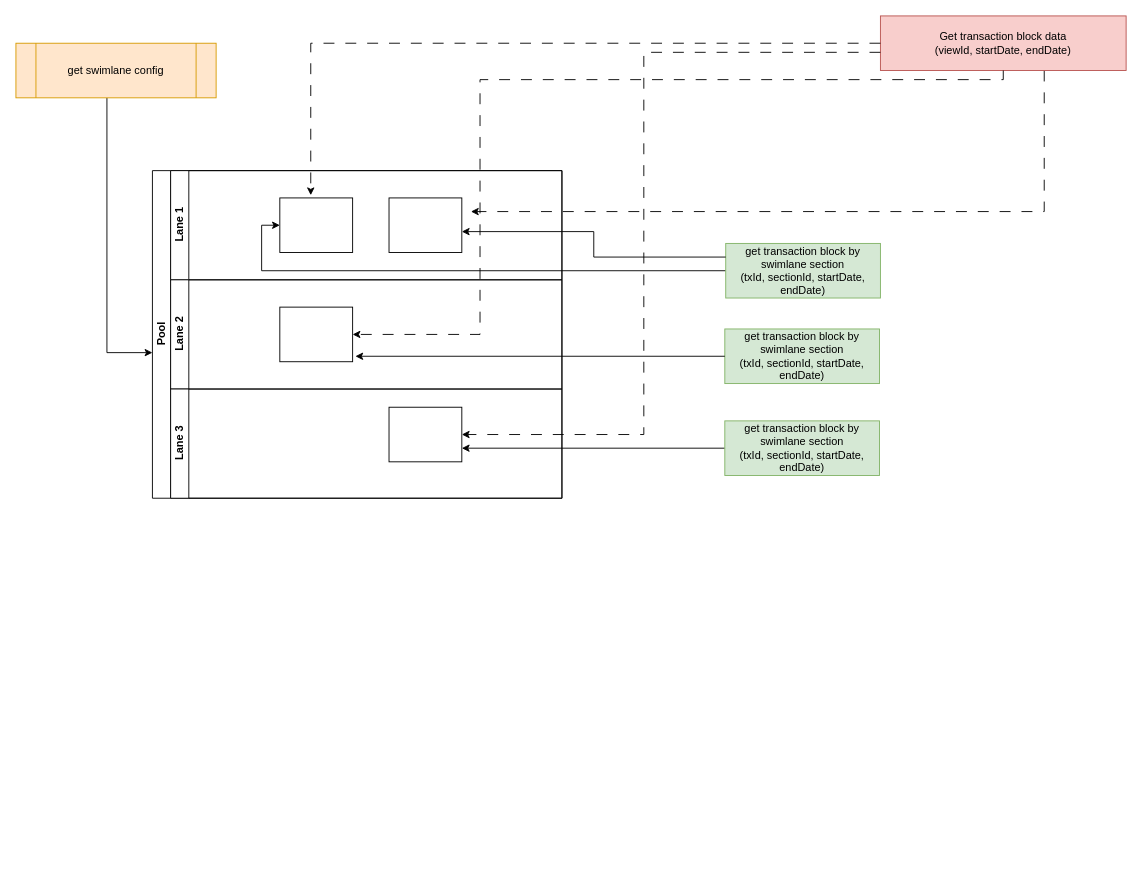
iambinhnpt/iambinhnpt keeps this draw.io diagram as Biểu đồ không có tiêu đề.drawio. Above is the earlier version. Source tidied: cells renumbered, new cells numbered last; positions are measured from the earlier drawing's top-left corner, leaving out a move shared by most shapes. Both pictures are drawn from the tidied source at 91%, with x=0, y=0 at pixel (15, 15).
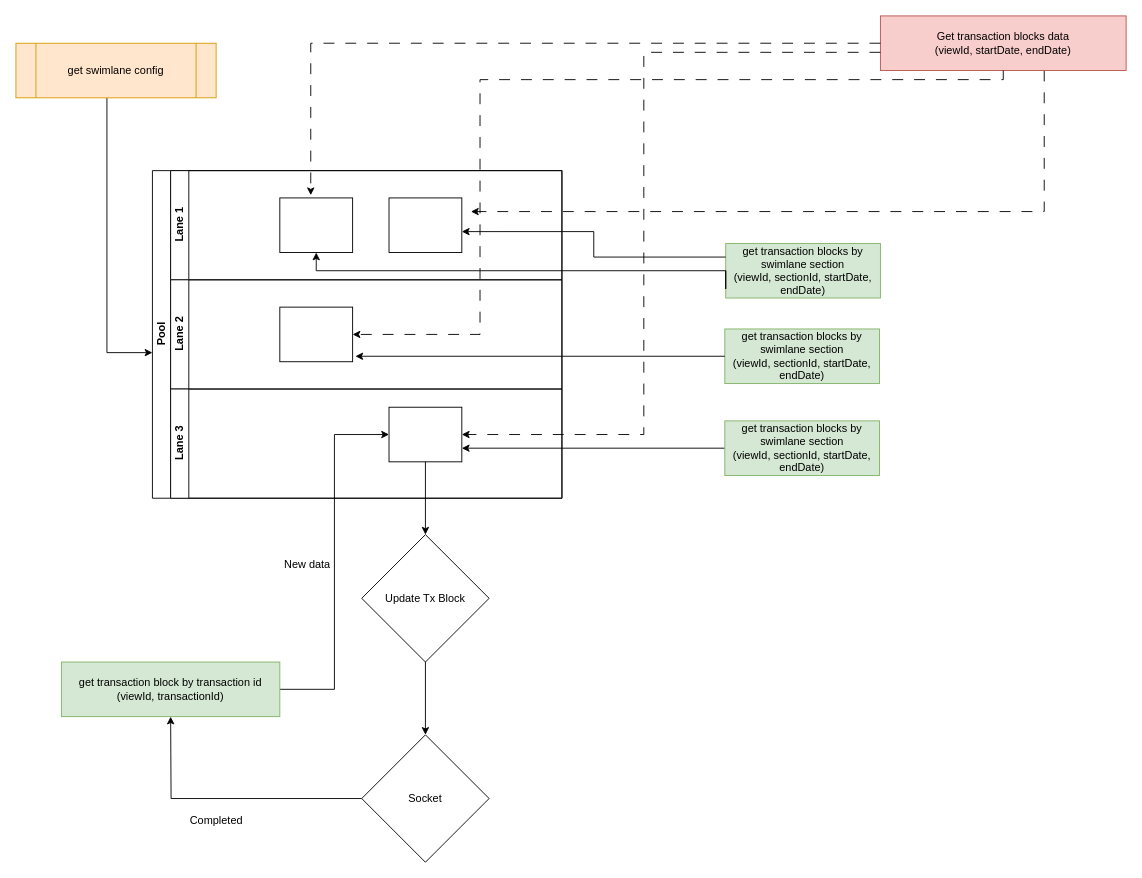
The same diagram, later.

Commit message:
Schedule View

Unchanged cells that the change refers to:
```xml
<mxCell id="4" style="rounded=0;whiteSpace=wrap;html=1;fontFamily=Helvetica;fontSize=12;fontColor=#000000;align=center;" parent="3" vertex="1">
  <mxGeometry x="120" y="30" width="80" height="60" as="geometry" />
</mxCell>
<mxCell id="9" style="rounded=0;whiteSpace=wrap;html=1;fontFamily=Helvetica;fontSize=12;fontColor=#000000;align=center;" parent="8" vertex="1">
  <mxGeometry x="240" y="20" width="80" height="60" as="geometry" />
</mxCell>
```

Change to the diagram source:
```diff
@@
-    <mxCell id="13" value="Get transaction block data&lt;br&gt;(viewId, startDate, endDate)" style="rounded=0;whiteSpace=wrap;html=1;fontFamily=Helvetica;fontSize=12;align=center;fillColor=#f8cecc;strokeColor=#b85450;" parent="1" vertex="1">
+    <mxCell id="13" value="Get transaction blocks data&lt;br&gt;(viewId, startDate, endDate)" style="rounded=0;whiteSpace=wrap;html=1;fontFamily=Helvetica;fontSize=12;align=center;fillColor=#f8cecc;strokeColor=#b85450;" parent="1" vertex="1">
       <mxGeometry x="950" width="270" height="60" as="geometry" />
     </mxCell>
@@
-    <mxCell id="17" style="edgeStyle=orthogonalEdgeStyle;rounded=0;jettySize=auto;html=1;entryX=0;entryY=0.5;entryDx=0;entryDy=0;" parent="1" edge="1" source="18" target="4">
-      <mxGeometry relative="1" as="geometry" />
-    </mxCell>
-    <mxCell id="18" value="get transaction block by swimlane section&lt;br&gt;(txId, sectionId, startDate, endDate)" style="rounded=0;whiteSpace=wrap;html=1;fillColor=#d5e8d4;strokeColor=#82b366;" parent="1" vertex="1">
+    <mxCell id="18" value="get transaction blocks by swimlane section&lt;br&gt;(viewId, sectionId, startDate, endDate)" style="rounded=0;whiteSpace=wrap;html=1;fillColor=#d5e8d4;strokeColor=#82b366;" parent="1" vertex="1">
       <mxGeometry x="780" y="250" width="170" height="60" as="geometry" />
     </mxCell>
-    <mxCell id="19" value="get transaction block by swimlane section&lt;br&gt;(txId, sectionId, startDate, endDate)" style="rounded=0;whiteSpace=wrap;html=1;fillColor=#d5e8d4;strokeColor=#82b366;" parent="1" vertex="1">
+    <mxCell id="19" value="get transaction blocks by swimlane section&lt;br&gt;(viewId, sectionId, startDate, endDate)" style="rounded=0;whiteSpace=wrap;html=1;fillColor=#d5e8d4;strokeColor=#82b366;" parent="1" vertex="1">
       <mxGeometry x="779" y="344" width="170" height="60" as="geometry" />
     </mxCell>
@@
-    <mxCell id="21" value="get transaction block by swimlane section&lt;br&gt;(txId, sectionId, startDate, endDate)" style="rounded=0;whiteSpace=wrap;html=1;fillColor=#d5e8d4;strokeColor=#82b366;" parent="1" vertex="1">
+    <mxCell id="21" value="get transaction blocks by swimlane section&lt;br&gt;(viewId, sectionId, startDate, endDate)" style="rounded=0;whiteSpace=wrap;html=1;fillColor=#d5e8d4;strokeColor=#82b366;" parent="1" vertex="1">
       <mxGeometry x="779" y="445" width="170" height="60" as="geometry" />
     </mxCell>
@@
+    <mxCell id="17" style="edgeStyle=orthogonalEdgeStyle;rounded=0;jettySize=auto;html=1;entryX=0.5;entryY=1;entryDx=0;entryDy=0;" parent="1" edge="1" target="4">
+      <mxGeometry relative="1" as="geometry">
+        <mxPoint x="780" y="280" as="sourcePoint" />
+        <Array as="points">
+          <mxPoint x="780" y="300" />
+          <mxPoint x="780" y="280" />
+          <mxPoint x="330" y="280" />
+        </Array>
+      </mxGeometry>
+    </mxCell>
+    <mxCell id="24" style="edgeStyle=orthogonalEdgeStyle;rounded=0;jettySize=auto;html=1;" parent="1" edge="1" source="9">
+      <mxGeometry relative="1" as="geometry">
+        <mxPoint x="450" y="570" as="targetPoint" />
+      </mxGeometry>
+    </mxCell>
+    <mxCell id="25" style="edgeStyle=orthogonalEdgeStyle;rounded=0;jettySize=auto;html=1;" parent="1" edge="1" source="26" target="28">
+      <mxGeometry relative="1" as="geometry" />
+    </mxCell>
+    <mxCell id="26" value="Update Tx Block" style="rhombus;whiteSpace=wrap;html=1;" parent="1" vertex="1">
+      <mxGeometry x="380" y="570" width="140" height="140" as="geometry" />
+    </mxCell>
+    <mxCell id="27" style="edgeStyle=orthogonalEdgeStyle;rounded=0;jettySize=auto;html=1;" parent="1" edge="1" source="28">
+      <mxGeometry relative="1" as="geometry">
+        <mxPoint x="170" y="770" as="targetPoint" />
+      </mxGeometry>
+    </mxCell>
+    <mxCell id="28" value="Socket" style="rhombus;whiteSpace=wrap;html=1;" parent="1" vertex="1">
+      <mxGeometry x="380" y="790" width="140" height="140" as="geometry" />
+    </mxCell>
+    <mxCell id="29" style="edgeStyle=orthogonalEdgeStyle;rounded=0;jettySize=auto;html=1;entryX=0;entryY=0.5;entryDx=0;entryDy=0;" parent="1" edge="1" source="30" target="9">
+      <mxGeometry relative="1" as="geometry" />
+    </mxCell>
+    <mxCell id="30" value="get transaction block by transaction id&lt;br&gt;(viewId, transactionId)" style="rounded=0;whiteSpace=wrap;html=1;fillColor=#d5e8d4;strokeColor=#82b366;" parent="1" vertex="1">
+      <mxGeometry x="50" y="710" width="240" height="60" as="geometry" />
+    </mxCell>
+    <mxCell id="31" value="New data" style="text;html=1;align=center;verticalAlign=middle;strokeColor=none;fillColor=none;" parent="1" vertex="1">
+      <mxGeometry x="285" y="588" width="70" height="30" as="geometry" />
+    </mxCell>
+    <mxCell id="32" value="Completed" style="text;html=1;align=center;verticalAlign=middle;strokeColor=none;fillColor=none;" parent="1" vertex="1">
+      <mxGeometry x="180" y="870" width="80" height="30" as="geometry" />
+    </mxCell>
```
